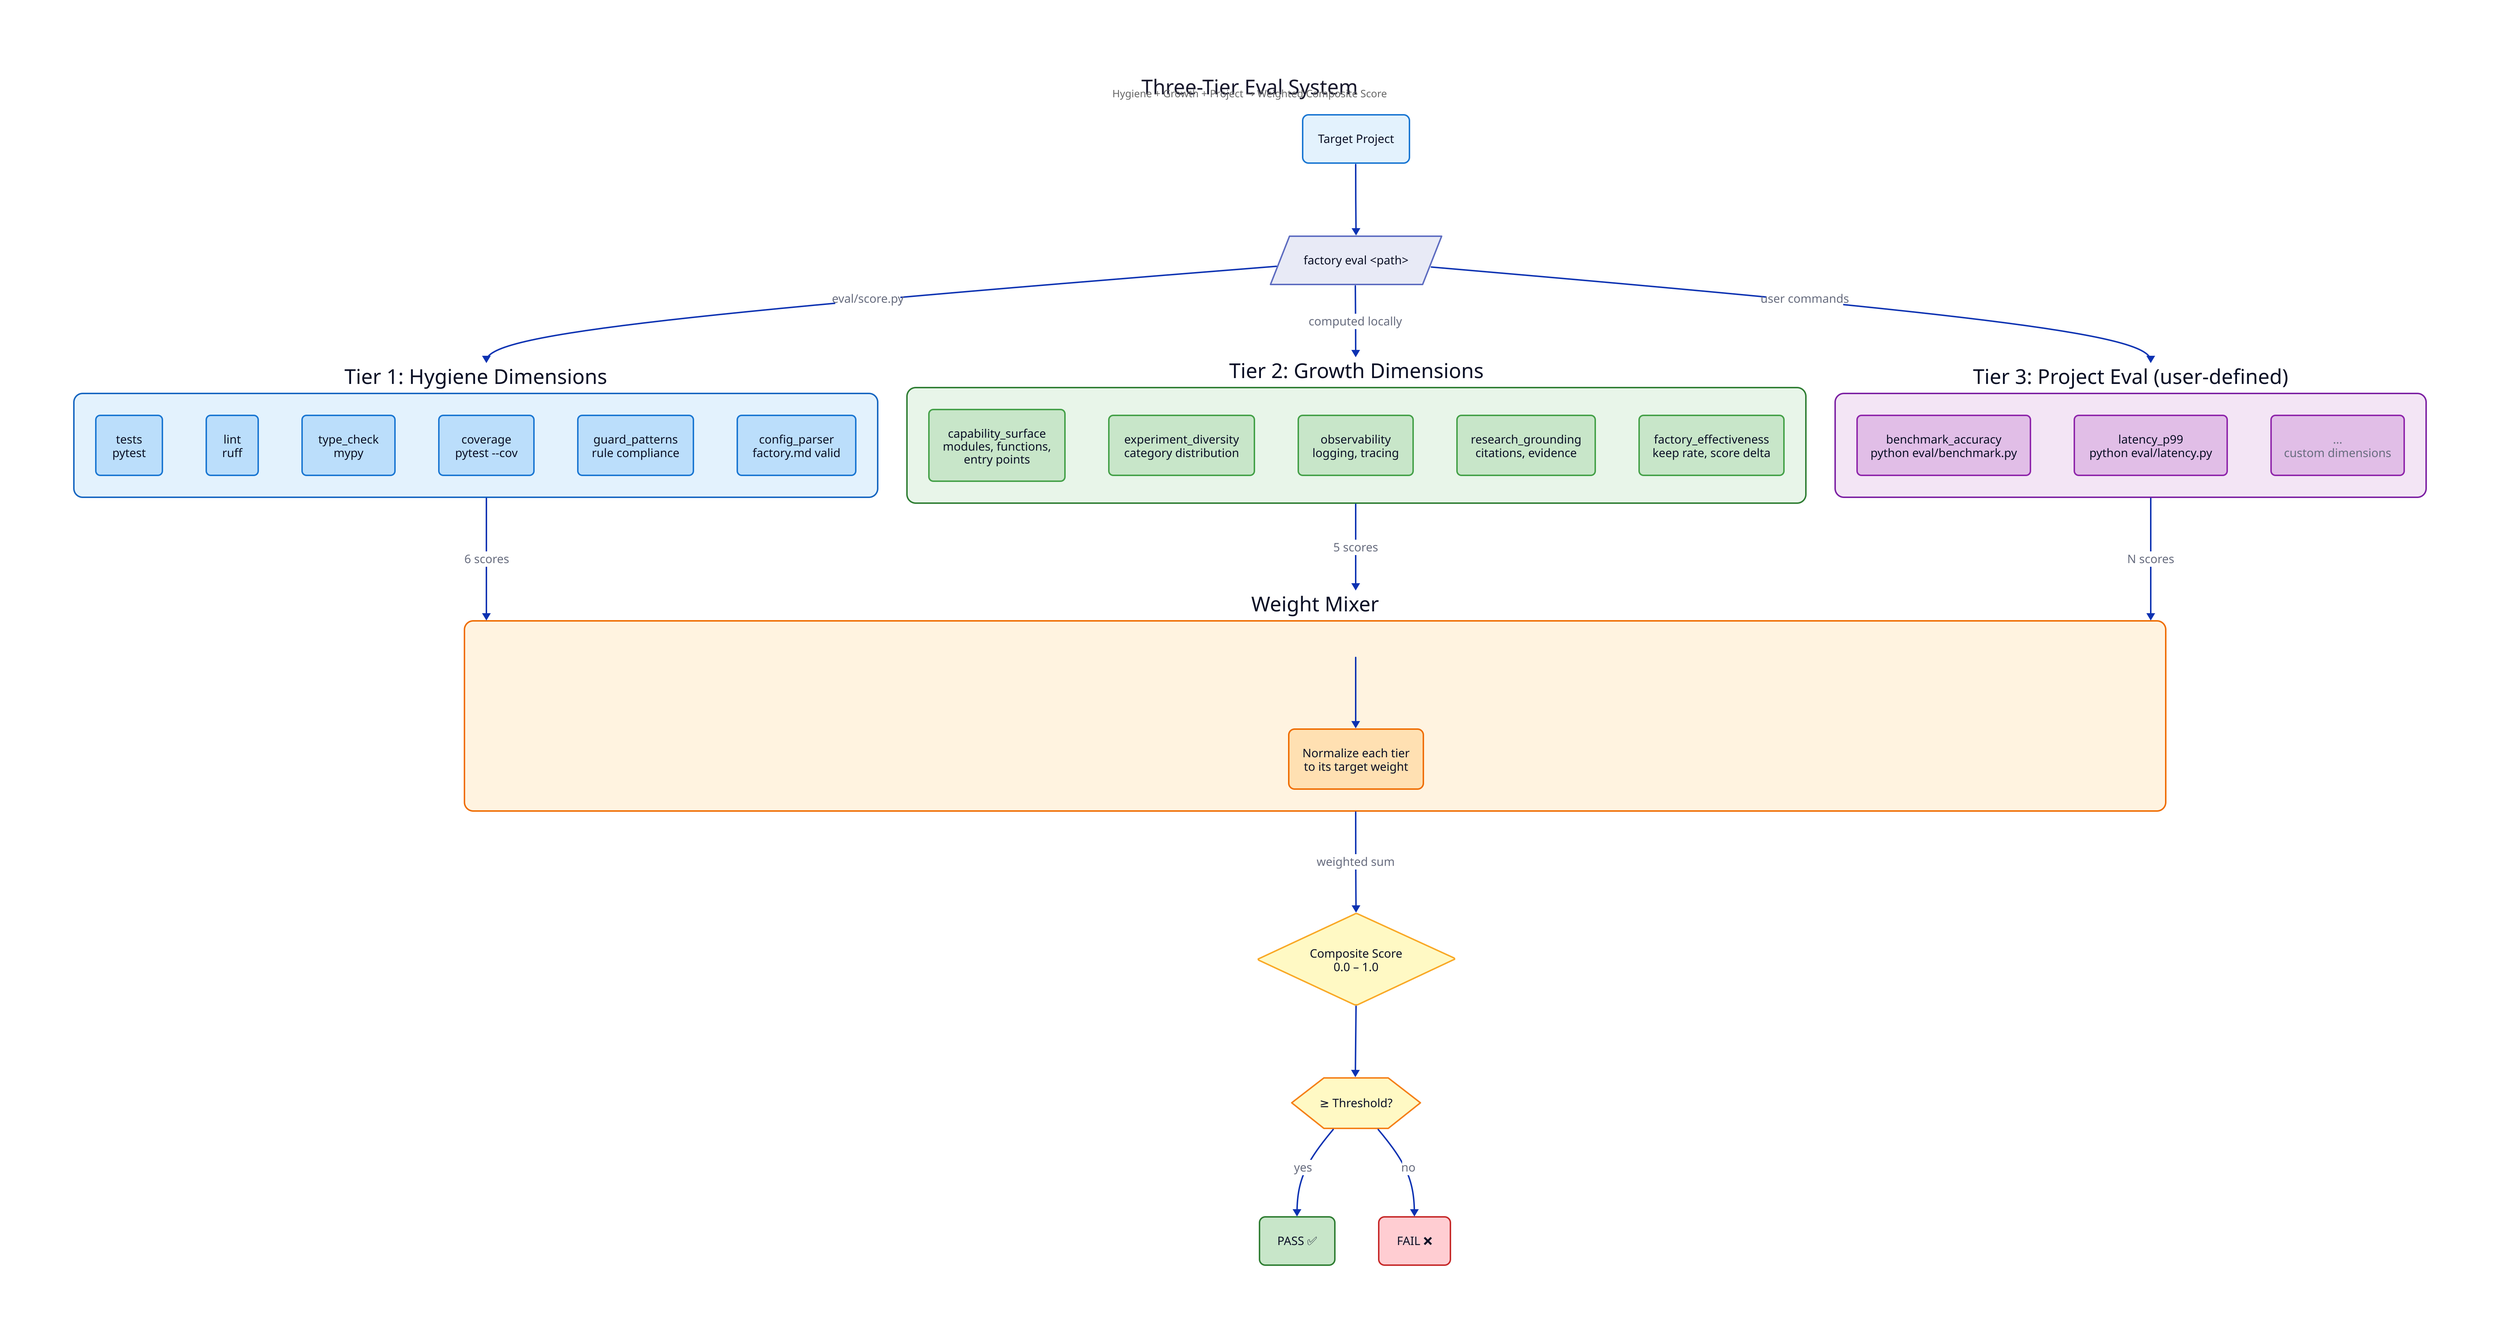
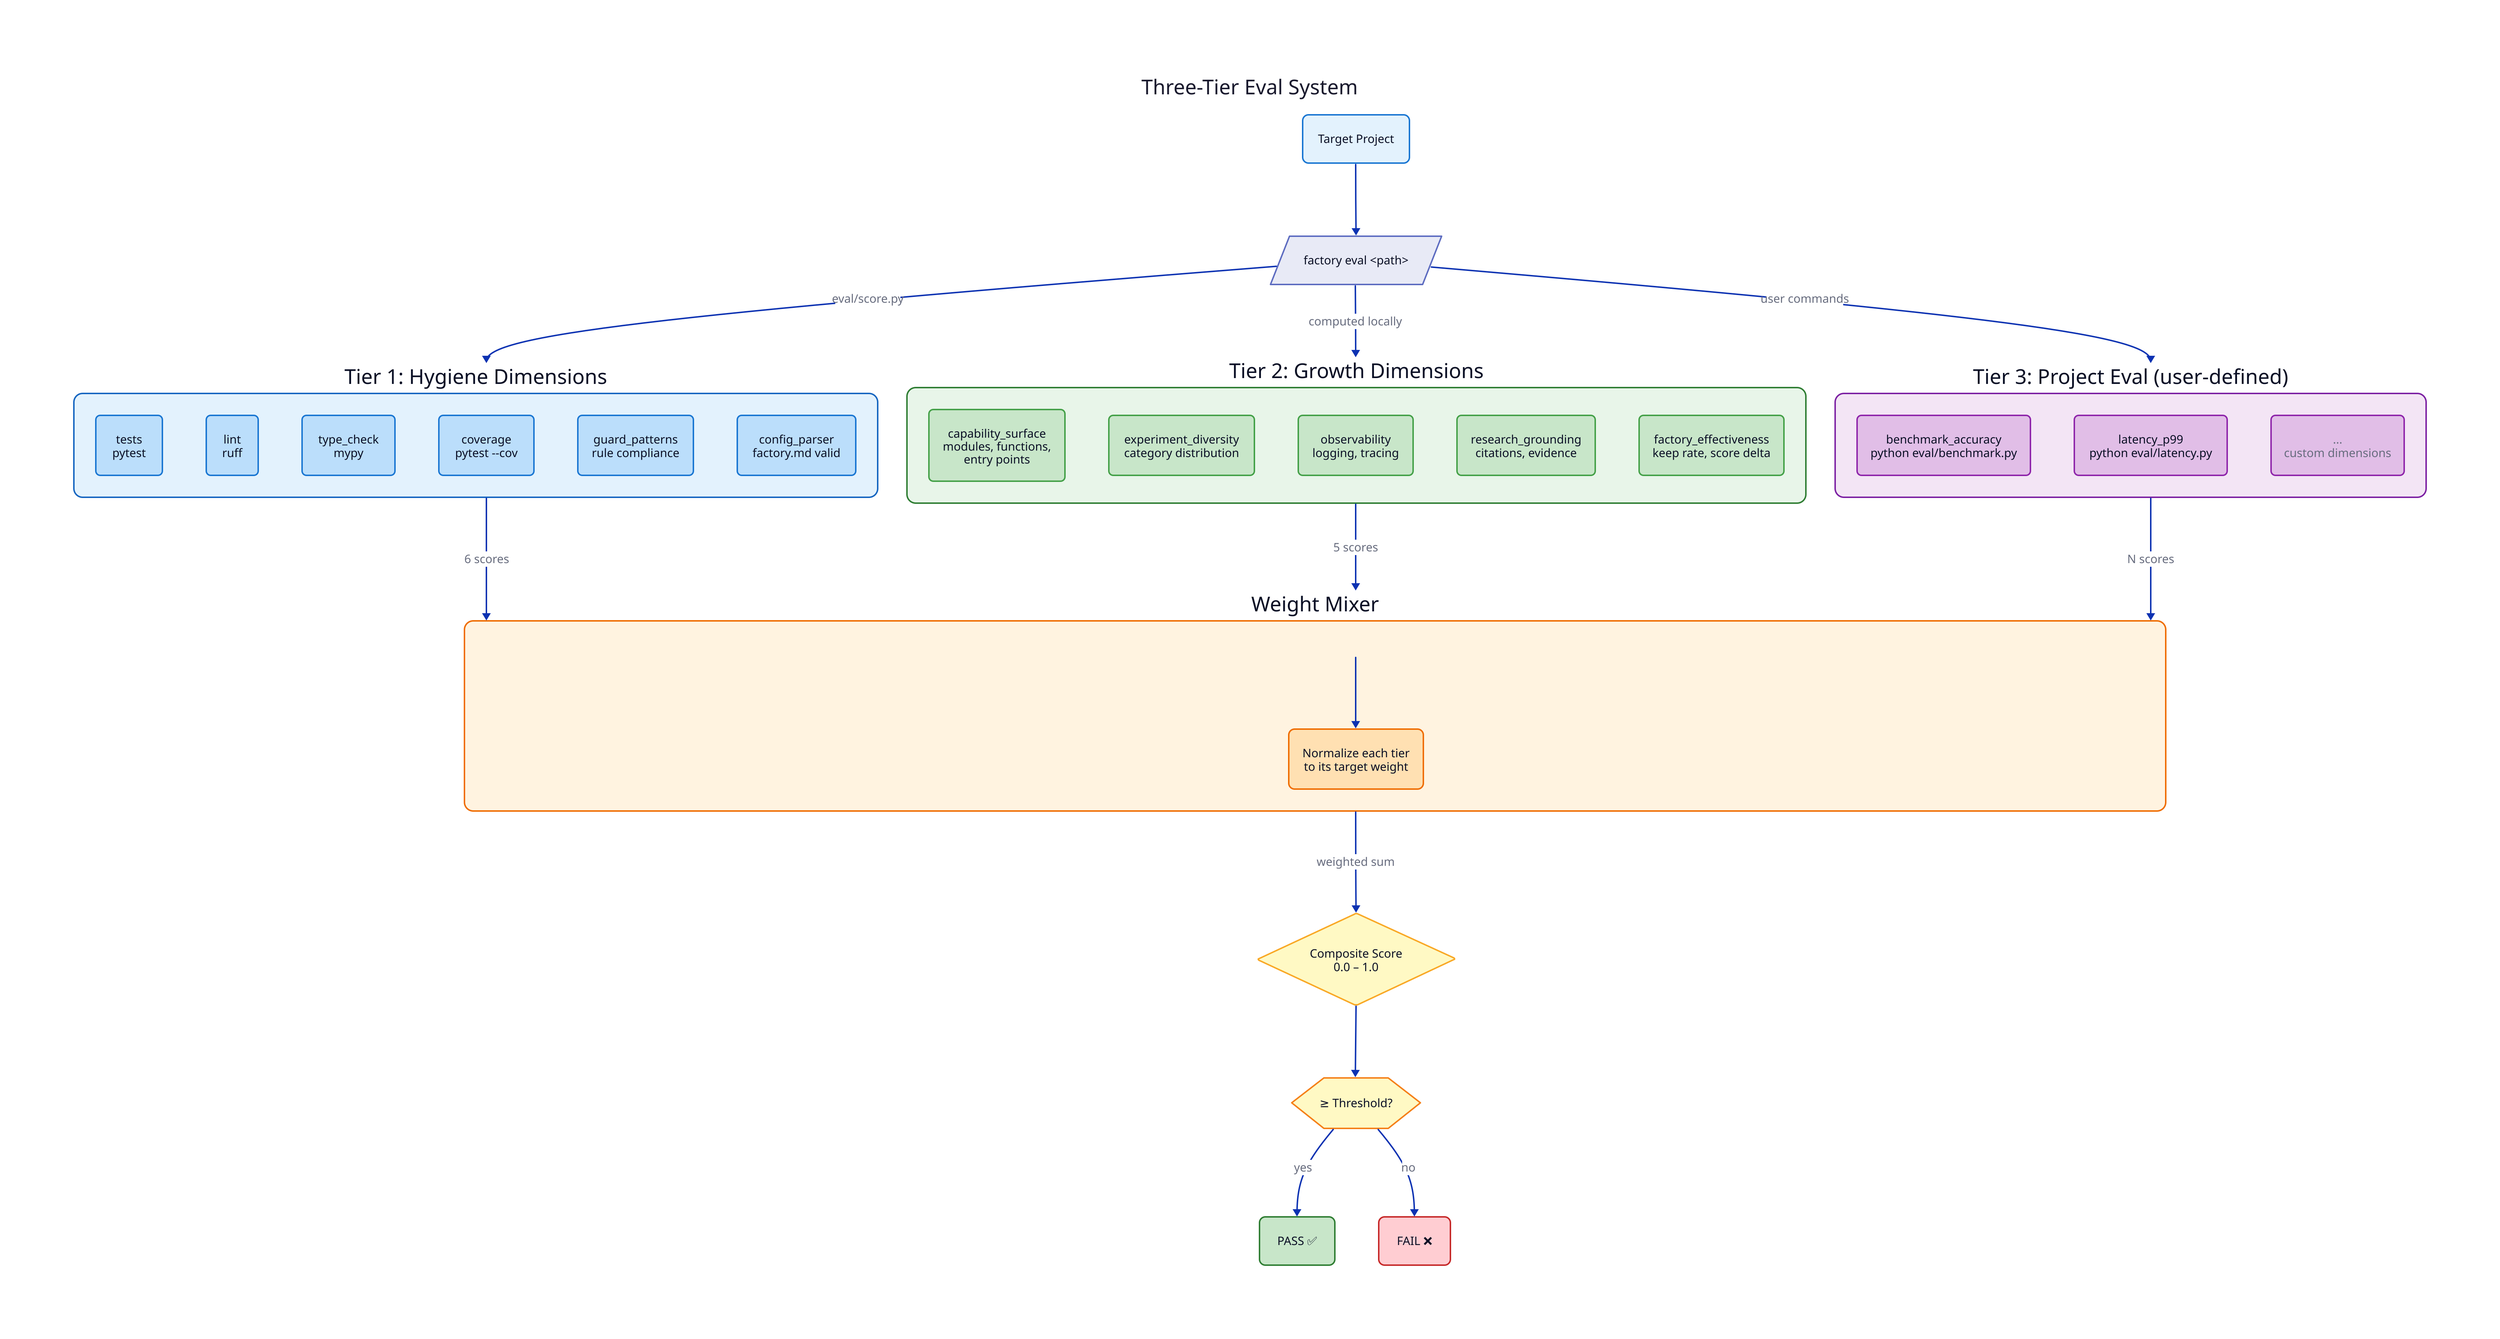
direction: down

title: {
  label: Three-Tier Eval System
  near: top-center
  shape: text
  style: { font-size: 28; bold: true; font-color: "#1a1a2e" }
- }
- 
- subtitle: {
-   label: "Hygiene + Growth + Project → Weighted Composite Score"
-   near: top-center
-   shape: text
-   style: { font-size: 14; italic: true; font-color: "#666" }
}

# ── Input ─────────────────────────────────────────

project: {
  label: "Target Project"
  shape: rectangle
  style: { fill: "#e3f2fd"; stroke: "#1976d2"; border-radius: 8 }
}

eval_cmd: {
  label: "factory eval <path>"
  shape: parallelogram
  style: { fill: "#e8eaf6"; stroke: "#5c6bc0"; border-radius: 4 }
}

# ── Tier 1: Hygiene (auto-discovered) ─────────────

hygiene: {
  label: "Tier 1: Hygiene Dimensions"
  style: { fill: "#e3f2fd"; stroke: "#1565c0"; border-radius: 12; bold: true }

  tests: {
    label: "tests\npytest"
    shape: rectangle
    style: { fill: "#bbdefb"; stroke: "#1976d2"; border-radius: 6 }
  }
  lint: {
    label: "lint\nruff"
    shape: rectangle
    style: { fill: "#bbdefb"; stroke: "#1976d2"; border-radius: 6 }
  }
  type_check: {
    label: "type_check\nmypy"
    shape: rectangle
    style: { fill: "#bbdefb"; stroke: "#1976d2"; border-radius: 6 }
  }
  coverage: {
    label: "coverage\npytest --cov"
    shape: rectangle
    style: { fill: "#bbdefb"; stroke: "#1976d2"; border-radius: 6 }
  }
  guard_patterns: {
    label: "guard_patterns\nrule compliance"
    shape: rectangle
    style: { fill: "#bbdefb"; stroke: "#1976d2"; border-radius: 6 }
  }
  config_parser: {
    label: "config_parser\nfactory.md valid"
    shape: rectangle
    style: { fill: "#bbdefb"; stroke: "#1976d2"; border-radius: 6 }
  }
}

# ── Tier 2: Growth (computed locally) ─────────────

growth: {
  label: "Tier 2: Growth Dimensions"
  style: { fill: "#e8f5e9"; stroke: "#2e7d32"; border-radius: 12; bold: true }

  capability: {
    label: "capability_surface\nmodules, functions,\nentry points"
    shape: rectangle
    style: { fill: "#c8e6c9"; stroke: "#43a047"; border-radius: 6 }
  }
  diversity: {
    label: "experiment_diversity\ncategory distribution"
    shape: rectangle
    style: { fill: "#c8e6c9"; stroke: "#43a047"; border-radius: 6 }
  }
  observability: {
    label: "observability\nlogging, tracing"
    shape: rectangle
    style: { fill: "#c8e6c9"; stroke: "#43a047"; border-radius: 6 }
  }
  research: {
    label: "research_grounding\ncitations, evidence"
    shape: rectangle
    style: { fill: "#c8e6c9"; stroke: "#43a047"; border-radius: 6 }
  }
  effectiveness: {
    label: "factory_effectiveness\nkeep rate, score delta"
    shape: rectangle
    style: { fill: "#c8e6c9"; stroke: "#43a047"; border-radius: 6 }
  }
}

# ── Tier 3: Project (user-defined) ────────────────

project_eval: {
  label: "Tier 3: Project Eval (user-defined)"
  style: { fill: "#f3e5f5"; stroke: "#7b1fa2"; border-radius: 12; bold: true }

  dim1: {
    label: "benchmark_accuracy\npython eval/benchmark.py"
    shape: rectangle
    style: { fill: "#e1bee7"; stroke: "#8e24aa"; border-radius: 6 }
  }
  dim2: {
    label: "latency_p99\npython eval/latency.py"
    shape: rectangle
    style: { fill: "#e1bee7"; stroke: "#8e24aa"; border-radius: 6 }
  }
  dim3: {
    label: "...\ncustom dimensions"
    shape: rectangle
    style: { fill: "#e1bee7"; stroke: "#8e24aa"; border-radius: 6; italic: true }
  }
}

# ── Weight Mixer ──────────────────────────────────

mixer: {
  label: "Weight Mixer"
  style: { fill: "#fff3e0"; stroke: "#ef6c00"; border-radius: 12; bold: true }

  default_weights: {
    label: |md
      **Default weights:**
      No project eval → 50% / 50% / 0%
      With project eval → 30% / 20% / 50%
      Custom → from `## Eval Weights`
    |
    shape: rectangle
    style: { fill: "#fff8e1"; stroke: "#ff8f00"; border-radius: 8; font-size: 12 }
  }

  normalize: {
    label: "Normalize each tier\nto its target weight"
    shape: rectangle
    style: { fill: "#ffe0b2"; stroke: "#ef6c00"; border-radius: 8 }
  }

  default_weights -> normalize
}

# ── Output ────────────────────────────────────────

composite: {
  label: "Composite Score\n0.0 – 1.0"
  shape: diamond
  style: { fill: "#fff9c4"; stroke: "#f9a825"; font-size: 16; bold: true }
}

threshold: {
  label: "≥ Threshold?"
  shape: hexagon
  style: { fill: "#fff9c4"; stroke: "#f57f17" }
}

pass: {
  label: "PASS ✅"
  shape: rectangle
  style: { fill: "#c8e6c9"; stroke: "#2e7d32"; border-radius: 8; bold: true }
}

fail: {
  label: "FAIL ❌"
  shape: rectangle
  style: { fill: "#ffcdd2"; stroke: "#c62828"; border-radius: 8; bold: true }
}

# ── Connections ───────────────────────────────────

project -> eval_cmd
eval_cmd -> hygiene: "eval/score.py"
eval_cmd -> growth: "computed locally"
eval_cmd -> project_eval: "user commands"

hygiene -> mixer: "6 scores"
growth -> mixer: "5 scores"
project_eval -> mixer: "N scores"

mixer -> composite: "weighted sum"
composite -> threshold
threshold -> pass: "yes"
threshold -> fail: "no"
